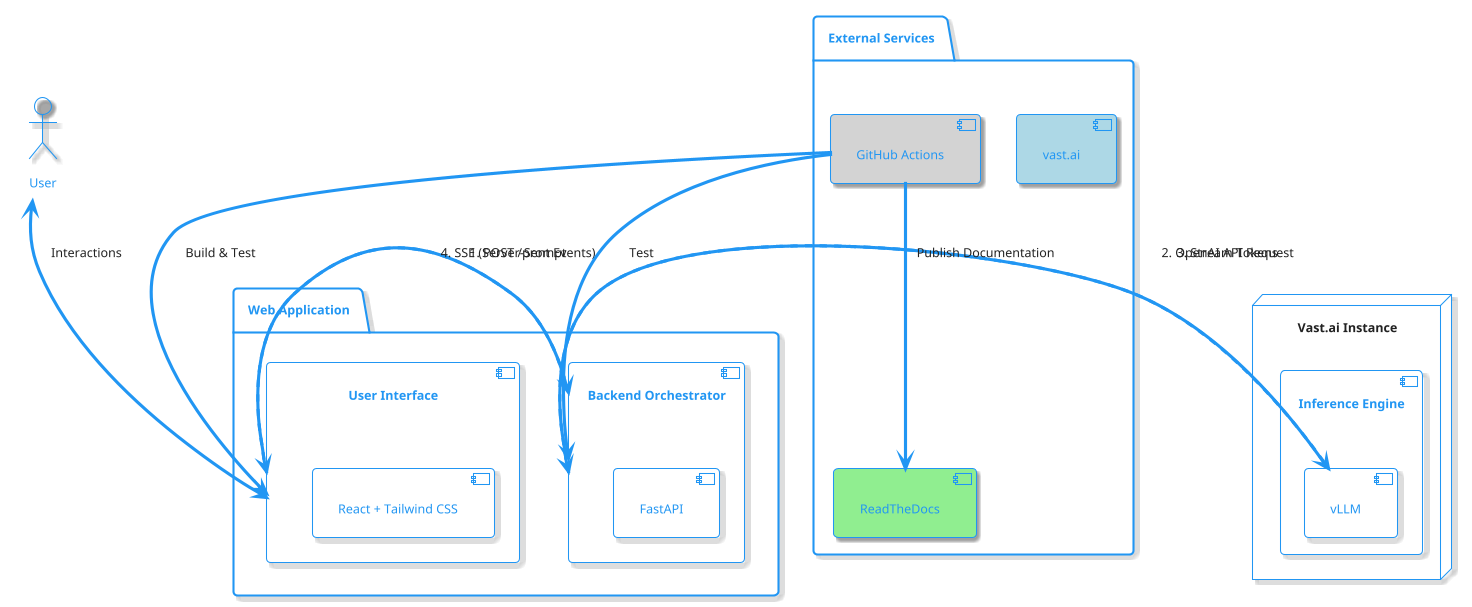
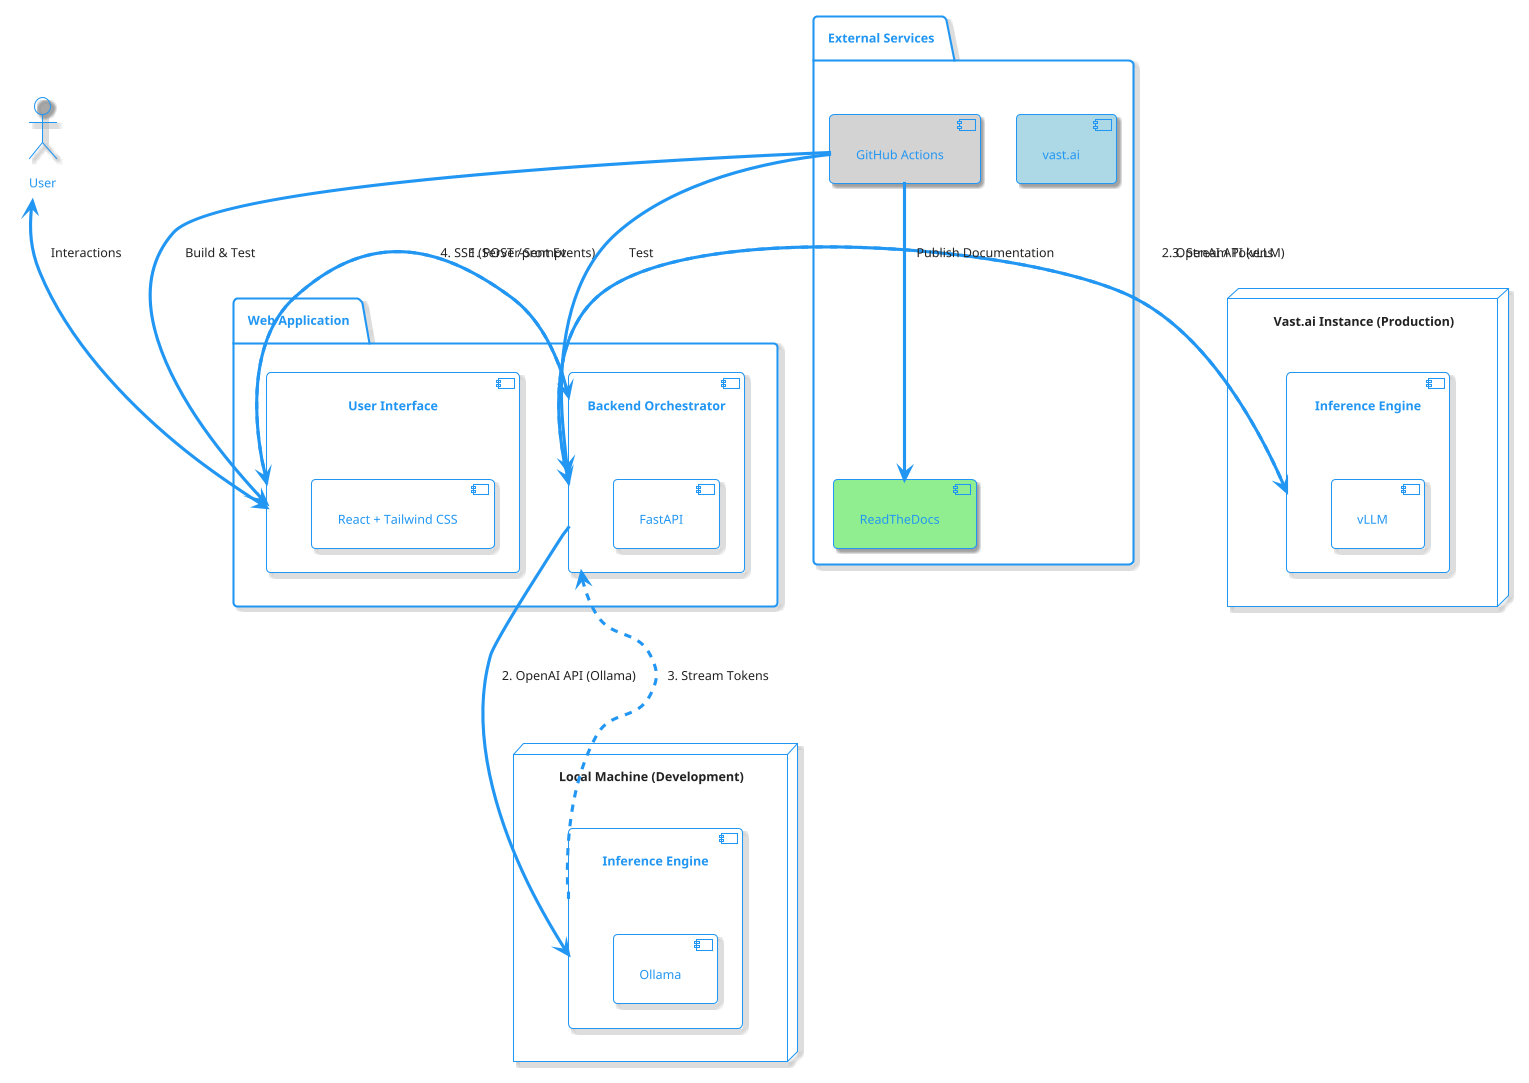
@startuml TOP_ARCHITECTURE

!theme materia-outline

package "External Services" {
    [vast.ai] as VastAI #LightBlue
    [ReadTheDocs] as RTD #LightGreen
    [GitHub Actions] as GHA #LightGray
}

- node "Vast.ai Instance" {
-     component "Inference Engine" as Inference {
+ node "Vast.ai Instance (Production)" {
+     component "Inference Engine" as InferenceProd {
        [vLLM]
+     }
+ }
+ 
+ node "Local Machine (Development)" {
+     component "Inference Engine" as InferenceDev {
+         [Ollama]
    }
}

package "Web Application" {
    component "Backend Orchestrator" as Backend {
        [FastAPI]
    }

    component "User Interface" as UI {
        [React + Tailwind CSS]
    }
}

actor "User" as User

User <--> UI : Interactions
UI -right-> Backend : 1. POST /prompt
- Backend -right-> vLLM : 2. OpenAI API Request
- vLLM -.left.> Backend : 3. Stream Tokens
+ Backend -right-> InferenceProd : 2. OpenAI API (vLLM)
+ Backend -down-> InferenceDev : 2. OpenAI API (Ollama)
+ InferenceProd -.left.> Backend : 3. Stream Tokens
+ InferenceDev -.up.> Backend : 3. Stream Tokens
Backend -.left.> UI : 4. SSE (Server-Sent Events)

GHA -down-> RTD : Publish Documentation
GHA -down-> UI : Build & Test
GHA -down-> Backend : Test

@enduml
